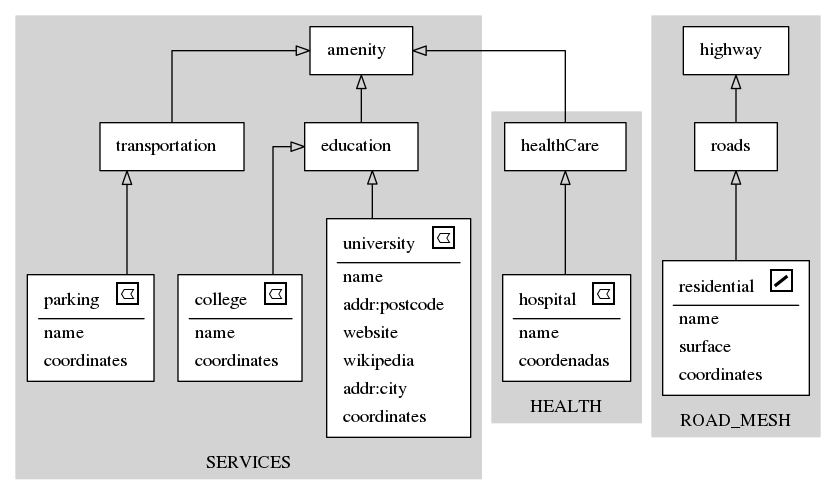
vinisperandio/OSM2Diagram_optmizated keeps this Graphviz diagram as schema.gv.png. Above is the earlier version. Its source is kept beside it as schema.gv.
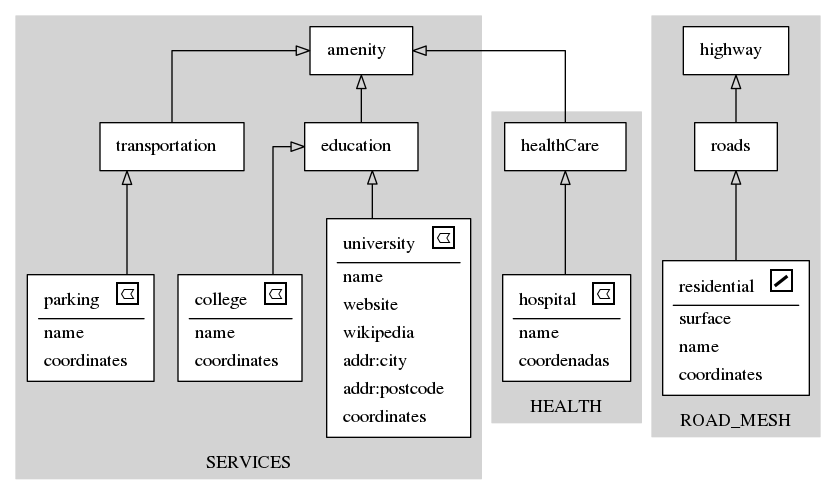
The same file after the commit.

What changed in the source:
```diff
@@ -15,9 +15,6 @@
 				<TD align="left">name</TD>
 			 </TR>
 			<TR>
-				<TD align="left">addr:postcode</TD>
-			 </TR>
-			<TR>
 				<TD align="left">website</TD>
 			 </TR>
 			<TR>
@@ -25,6 +22,9 @@
 			 </TR>
 			<TR>
 				<TD align="left">addr:city</TD>
+			 </TR>
+			<TR>
+				<TD align="left">addr:postcode</TD>
 			 </TR>
 			<TR>
 				<TD align="left">coordinates</TD>
@@ -114,10 +114,10 @@
 			</TR>
 			<hr/>
 			<TR>
-				<TD align="left">name</TD>
+				<TD align="left">surface</TD>
 			 </TR>
 			<TR>
-				<TD align="left">surface</TD>
+				<TD align="left">name</TD>
 			 </TR>
 			<TR>
 				<TD align="left">coordinates</TD>
@@ -136,15 +136,15 @@
 			</TR>
 			</TABLE>>]
 	}
+		2 -> 4[arrowhead=onormal]
 		0 -> 4[arrowhead=onormal]
-		6 -> 7[arrowhead=onormal]
 		5 -> 1[arrowhead=onormal]
+		8 -> 10[arrowhead=onormal]
 		7 -> 1[arrowhead=onormal]
 		3 -> 5[arrowhead=onormal]
+		6 -> 7[arrowhead=onormal]
+		10 -> 9[arrowhead=onormal]
 		4 -> 1[arrowhead=onormal]
-		2 -> 4[arrowhead=onormal]
-		8 -> 10[arrowhead=onormal]
-		10 -> 9[arrowhead=onormal]
 	rankdir=BT
 	splines=ortho
 }
```
